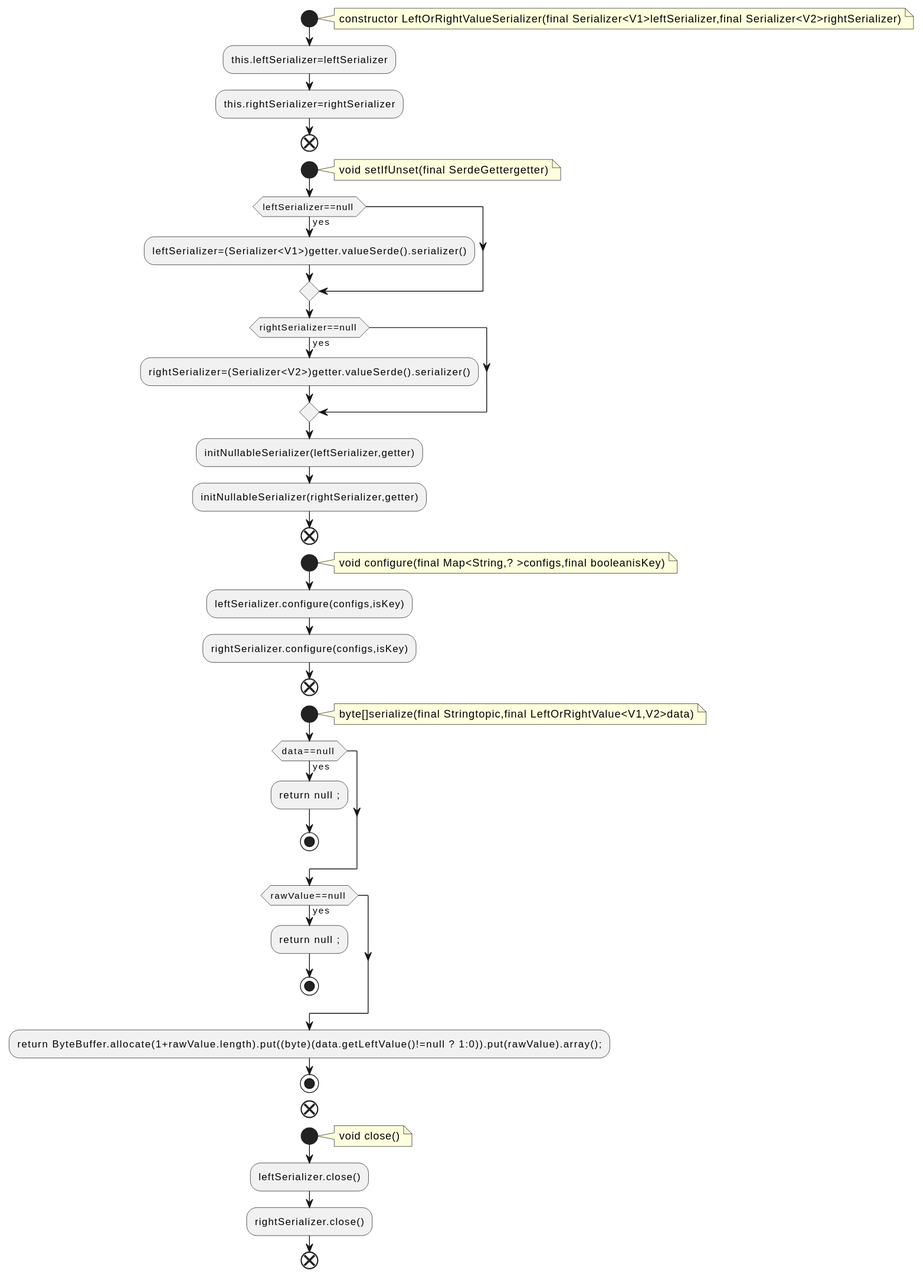
The PlantUML diagram docs/qc/streams/src/main/java/org/apache/kafka/streams/state/internals/LeftOrRightValueSerializer.java.fct.svg in qualitesys/kafka, before a commit.
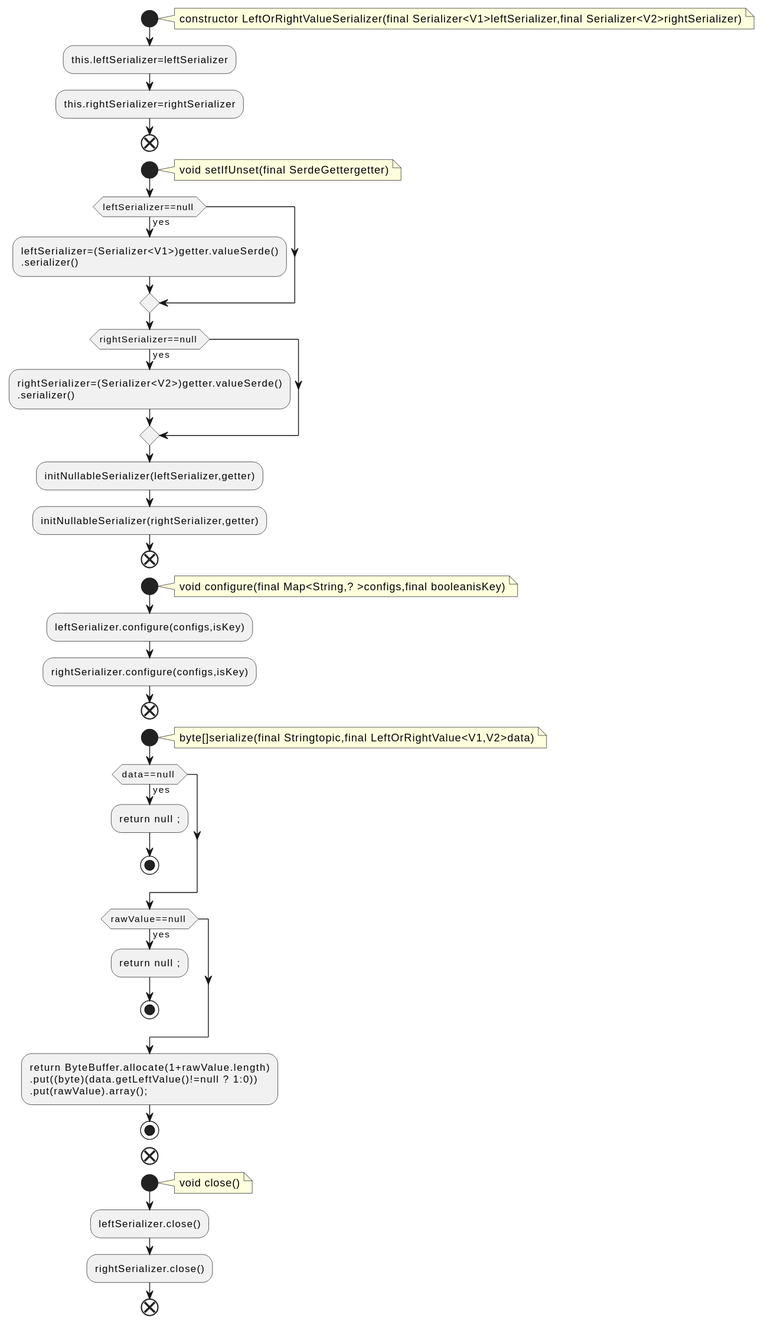
Above is the later version.

What changed in the source:
```diff
@@ -12,10 +12,12 @@
 void setIfUnset(final SerdeGettergetter)
 end note
 if (leftSerializer==null ) then (yes)
-:leftSerializer=(Serializer<V1>)getter.valueSerde().serializer();
+:leftSerializer=(Serializer<V1>)getter.valueSerde()
+.serializer();
 endif
 if (rightSerializer==null ) then (yes)
-:rightSerializer=(Serializer<V2>)getter.valueSerde().serializer();
+:rightSerializer=(Serializer<V2>)getter.valueSerde()
+.serializer();
 endif
 :initNullableSerializer(leftSerializer,getter);
 :initNullableSerializer(rightSerializer,getter);
@@ -39,7 +41,9 @@
 :return null ;;
 stop
 endif
-:return ByteBuffer.allocate(1+rawValue.length).put((byte)(data.getLeftValue()!=null ? 1:0)).put(rawValue).array();;
+:return ByteBuffer.allocate(1+rawValue.length)
+.put((byte)(data.getLeftValue()!=null ? 1:0))
+.put(rawValue).array();;
 stop
 end
 start
```
